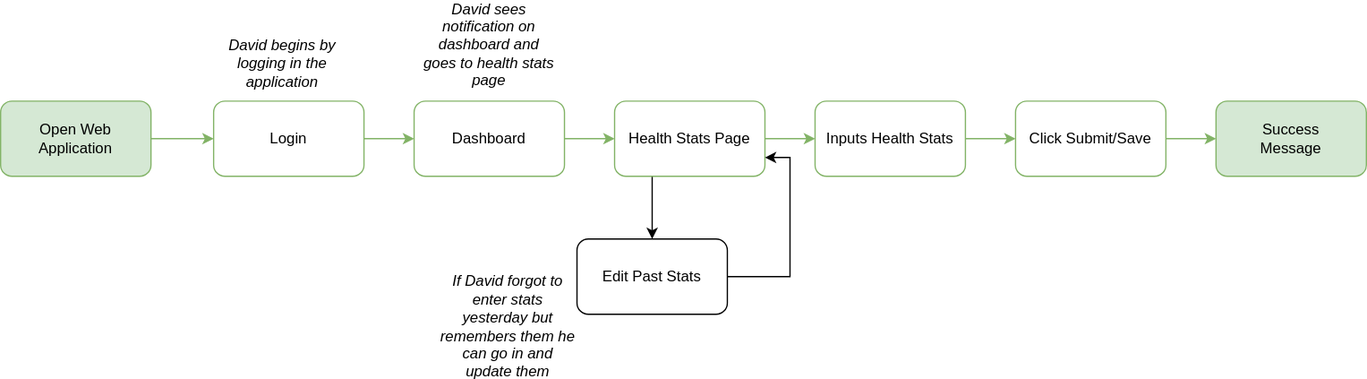
Before: src/images/olive/olive-userflow3.svg, a diagram exported from draw.io (LauraKC/portfolio-website). Source tidied: cells renumbered, new cells last; positions are measured from the earlier drawing's top-left corner, leaving out a move shared by most shapes.
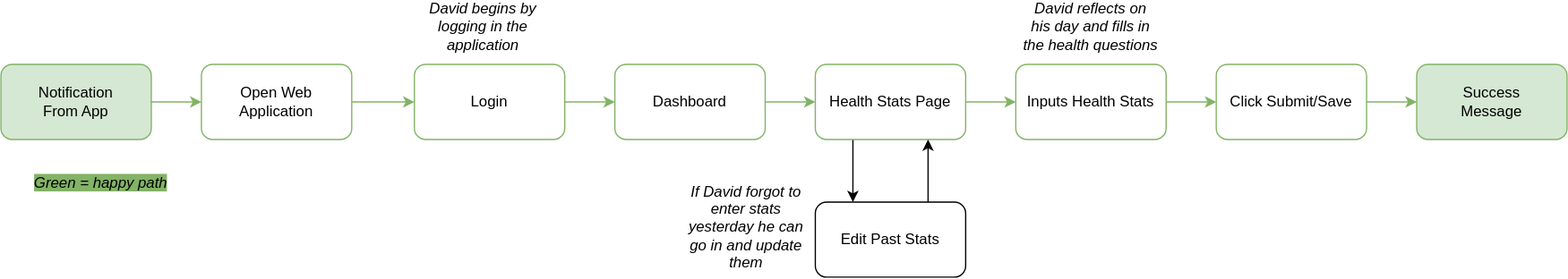
Above is the later version.

Commit message:
Updated Olive User Flow images

The edit, as a diff of the source:
```diff
@@ -3,76 +3,84 @@
     <mxCell id="0" />
     <mxCell id="1" parent="0" />
     <mxCell id="2" style="rounded=1;whiteSpace=wrap;html=1;strokeColor=#82b366;fillColor=#d5e8d4;" parent="1" vertex="1">
-      <mxGeometry x="970" y="60" width="120" height="60" as="geometry" />
+      <mxGeometry x="-565" y="115" width="120" height="60" as="geometry" />
     </mxCell>
-    <mxCell id="3" style="edgeStyle=orthogonalEdgeStyle;rounded=0;jettySize=auto;html=1;fillColor=#d5e8d4;strokeColor=#82b366;" parent="1" edge="1" source="4" target="20">
+    <mxCell id="3" style="edgeStyle=orthogonalEdgeStyle;rounded=0;jettySize=auto;html=1;strokeColor=#82b366;fillColor=#d5e8d4;" parent="1" edge="1" source="4" target="7">
       <mxGeometry relative="1" as="geometry" />
     </mxCell>
-    <mxCell id="4" value="Open Web Application" style="whiteSpace=wrap;html=1;strokeColor=#82b366;fillColor=#d5e8d4;rounded=1;" parent="1" vertex="1">
-      <mxGeometry y="60" width="120" height="60" as="geometry" />
+    <mxCell id="4" style="rounded=1;whiteSpace=wrap;html=1;strokeColor=#82b366;fillColor=#d5e8d4;" parent="1" vertex="1">
+      <mxGeometry x="-1695" y="115" width="120" height="60" as="geometry" />
     </mxCell>
-    <mxCell id="5" style="edgeStyle=orthogonalEdgeStyle;rounded=0;jettySize=auto;html=1;strokeColor=#82b366;fillColor=#d5e8d4;" parent="1" edge="1" source="6" target="9">
-      <mxGeometry relative="1" as="geometry" />
+    <mxCell id="5" value="Notification From App" style="text;html=1;strokeColor=none;fillColor=none;align=center;verticalAlign=middle;whiteSpace=wrap;rounded=0;" parent="1" vertex="1">
+      <mxGeometry x="-1655" y="135" width="40" height="20" as="geometry" />
     </mxCell>
-    <mxCell id="6" value="Dashboard" style="whiteSpace=wrap;html=1;strokeColor=#82b366;fillColor=#FFFFFF;rounded=1;" parent="1" vertex="1">
-      <mxGeometry x="330" y="60" width="120" height="60" as="geometry" />
+    <mxCell id="6" style="edgeStyle=orthogonalEdgeStyle;rounded=0;jettySize=auto;html=1;fillColor=#d5e8d4;strokeColor=#82b366;" parent="1" edge="1" source="7" target="24">
+      <mxGeometry relative="1" as="geometry" />
     </mxCell>
-    <mxCell id="7" style="edgeStyle=orthogonalEdgeStyle;rounded=0;jettySize=auto;html=1;strokeColor=#82b366;fillColor=#d5e8d4;" parent="1" edge="1" source="9" target="11">
-      <mxGeometry relative="1" as="geometry" />
+    <mxCell id="7" value="Open Web Application" style="whiteSpace=wrap;html=1;strokeColor=#82b366;fillColor=#FFFFFF;rounded=1;" parent="1" vertex="1">
+      <mxGeometry x="-1535" y="115" width="120" height="60" as="geometry" />
     </mxCell>
-    <mxCell id="8" style="edgeStyle=orthogonalEdgeStyle;rounded=0;jettySize=auto;html=1;strokeColor=#000000;exitX=0.25;exitY=1;exitDx=0;exitDy=0;" parent="1" edge="1" source="9" target="15">
+    <mxCell id="8" style="edgeStyle=orthogonalEdgeStyle;rounded=0;jettySize=auto;html=1;strokeColor=#82b366;fillColor=#d5e8d4;" parent="1" edge="1" source="9" target="12">
       <mxGeometry relative="1" as="geometry" />
     </mxCell>
-    <mxCell id="9" value="Health Stats Page" style="whiteSpace=wrap;html=1;strokeColor=#82b366;fillColor=#FFFFFF;rounded=1;" parent="1" vertex="1">
-      <mxGeometry x="490" y="60" width="120" height="60" as="geometry" />
+    <mxCell id="9" value="Dashboard" style="whiteSpace=wrap;html=1;strokeColor=#82b366;fillColor=#FFFFFF;rounded=1;" parent="1" vertex="1">
+      <mxGeometry x="-1205" y="115" width="120" height="60" as="geometry" />
     </mxCell>
-    <mxCell id="10" style="edgeStyle=orthogonalEdgeStyle;rounded=0;jettySize=auto;html=1;strokeColor=#82b366;fillColor=#d5e8d4;" parent="1" edge="1" source="11">
-      <mxGeometry relative="1" as="geometry">
-        <mxPoint x="810" y="90" as="targetPoint" />
-      </mxGeometry>
+    <mxCell id="10" style="edgeStyle=orthogonalEdgeStyle;rounded=0;jettySize=auto;html=1;strokeColor=#82b366;fillColor=#d5e8d4;" parent="1" edge="1" source="12" target="14">
+      <mxGeometry relative="1" as="geometry" />
     </mxCell>
-    <mxCell id="11" value="Inputs Health Stats" style="whiteSpace=wrap;html=1;strokeColor=#82b366;fillColor=#FFFFFF;rounded=1;" parent="1" vertex="1">
-      <mxGeometry x="650" y="60" width="120" height="60" as="geometry" />
+    <mxCell id="11" style="edgeStyle=orthogonalEdgeStyle;rounded=0;jettySize=auto;html=1;strokeColor=#000000;exitX=0.25;exitY=1;exitDx=0;exitDy=0;entryX=0.25;entryY=0;entryDx=0;entryDy=0;" parent="1" edge="1" source="12" target="18">
+      <mxGeometry relative="1" as="geometry" />
     </mxCell>
-    <mxCell id="12" value="Success Message" style="text;html=1;strokeColor=none;fillColor=none;align=center;verticalAlign=middle;whiteSpace=wrap;rounded=0;" parent="1" vertex="1">
-      <mxGeometry x="1010" y="80" width="40" height="20" as="geometry" />
+    <mxCell id="12" value="Health Stats Page" style="whiteSpace=wrap;html=1;strokeColor=#82b366;fillColor=#FFFFFF;rounded=1;" parent="1" vertex="1">
+      <mxGeometry x="-1045" y="115" width="120" height="60" as="geometry" />
     </mxCell>
-    <mxCell id="13" style="edgeStyle=orthogonalEdgeStyle;rounded=0;jettySize=auto;html=1;strokeColor=#82b366;fillColor=#d5e8d4;" parent="1" edge="1" source="14">
-      <mxGeometry relative="1" as="geometry">
-        <mxPoint x="970" y="90" as="targetPoint" />
-      </mxGeometry>
+    <mxCell id="13" style="edgeStyle=orthogonalEdgeStyle;rounded=0;jettySize=auto;html=1;strokeColor=#82b366;fillColor=#d5e8d4;entryX=0;entryY=0.5;entryDx=0;entryDy=0;entryPerimeter=0;" parent="1" edge="1" source="14" target="17">
+      <mxGeometry relative="1" as="geometry" />
     </mxCell>
-    <mxCell id="14" value="Click Submit/Save" style="whiteSpace=wrap;html=1;strokeColor=#82b366;fillColor=#FFFFFF;rounded=1;" parent="1" vertex="1">
-      <mxGeometry x="810" y="60" width="120" height="60" as="geometry" />
+    <mxCell id="14" value="Inputs Health Stats" style="whiteSpace=wrap;html=1;strokeColor=#82b366;fillColor=#FFFFFF;rounded=1;" parent="1" vertex="1">
+      <mxGeometry x="-885" y="115" width="120" height="60" as="geometry" />
     </mxCell>
-    <mxCell id="15" value="Edit Past Stats" style="whiteSpace=wrap;html=1;rounded=1;" parent="1" vertex="1">
-      <mxGeometry x="460" y="170" width="120" height="60" as="geometry" />
+    <mxCell id="15" value="Success Message" style="text;html=1;strokeColor=none;fillColor=none;align=center;verticalAlign=middle;whiteSpace=wrap;rounded=0;" parent="1" vertex="1">
+      <mxGeometry x="-525" y="135" width="40" height="20" as="geometry" />
     </mxCell>
-    <mxCell id="16" style="edgeStyle=orthogonalEdgeStyle;rounded=0;jettySize=auto;html=1;strokeColor=#000000;entryX=1;entryY=0.75;entryDx=0;entryDy=0;exitX=1;exitY=0.5;exitDx=0;exitDy=0;" parent="1" edge="1" source="15" target="9">
+    <mxCell id="16" style="edgeStyle=orthogonalEdgeStyle;rounded=0;jettySize=auto;html=1;strokeColor=#82b366;fillColor=#d5e8d4;" parent="1" edge="1" source="17">
       <mxGeometry relative="1" as="geometry">
-        <Array as="points">
-          <mxPoint x="630" y="200" />
-          <mxPoint x="630" y="105" />
-        </Array>
+        <mxPoint x="-565" y="145" as="targetPoint" />
       </mxGeometry>
     </mxCell>
-    <mxCell id="17" value="David begins by logging in the application" style="text;html=1;strokeColor=none;fillColor=none;align=center;verticalAlign=middle;whiteSpace=wrap;rounded=0;fontStyle=2;" parent="1" vertex="1">
-      <mxGeometry x="170" y="20" width="110" height="20" as="geometry" />
+    <mxCell id="17" value="Click Submit/Save" style="whiteSpace=wrap;html=1;strokeColor=#82b366;fillColor=#FFFFFF;rounded=1;" parent="1" vertex="1">
+      <mxGeometry x="-725" y="115" width="120" height="60" as="geometry" />
     </mxCell>
-    <mxCell id="18" value="If David forgot to enter stats yesterday but remembers them he can go in and update them" style="text;html=1;strokeColor=none;fillColor=none;align=center;verticalAlign=middle;whiteSpace=wrap;rounded=0;fontStyle=2;" parent="1" vertex="1">
-      <mxGeometry x="350" y="230" width="110" height="20" as="geometry" />
+    <mxCell id="18" value="Edit Past Stats" style="whiteSpace=wrap;html=1;rounded=1;" parent="1" vertex="1">
+      <mxGeometry x="-1045" y="225" width="120" height="60" as="geometry" />
     </mxCell>
-    <mxCell id="19" style="edgeStyle=orthogonalEdgeStyle;rounded=0;jettySize=auto;html=1;fillColor=#d5e8d4;strokeColor=#82b366;" parent="1" edge="1" source="20" target="6">
-      <mxGeometry relative="1" as="geometry" />
+    <mxCell id="19" style="edgeStyle=orthogonalEdgeStyle;rounded=0;jettySize=auto;html=1;strokeColor=#000000;entryX=0.75;entryY=1;entryDx=0;entryDy=0;" parent="1" edge="1" target="12">
+      <mxGeometry relative="1" as="geometry">
+        <mxPoint x="-955" y="215" as="sourcePoint" />
+        <Array as="points">
+          <mxPoint x="-955" y="225" />
+          <mxPoint x="-955" y="225" />
+        </Array>
+      </mxGeometry>
     </mxCell>
-    <mxCell id="20" value="Login" style="whiteSpace=wrap;html=1;strokeColor=#82b366;fillColor=#FFFFFF;rounded=1;" parent="1" vertex="1">
-      <mxGeometry x="170" y="60" width="120" height="60" as="geometry" />
+    <mxCell id="20" value="David begins by logging in the application" style="text;html=1;strokeColor=none;fillColor=none;align=center;verticalAlign=middle;whiteSpace=wrap;rounded=0;fontStyle=2;" parent="1" vertex="1">
+      <mxGeometry x="-1365" y="75" width="110" height="20" as="geometry" />
     </mxCell>
-    <mxCell id="21" value="David sees notification on dashboard and goes to health stats page" style="text;html=1;strokeColor=none;fillColor=none;align=center;verticalAlign=middle;whiteSpace=wrap;rounded=0;fontStyle=2;" parent="1" vertex="1">
-      <mxGeometry x="335" width="110" height="30" as="geometry" />
+    <mxCell id="21" value="David reflects on his day and fills in the health questions" style="text;html=1;strokeColor=none;fillColor=none;align=center;verticalAlign=middle;whiteSpace=wrap;rounded=0;fontStyle=2;" parent="1" vertex="1">
+      <mxGeometry x="-880" y="75" width="110" height="20" as="geometry" />
     </mxCell>
-    <mxCell id="22" style="edgeStyle=orthogonalEdgeStyle;rounded=0;orthogonalLoop=1;jettySize=auto;html=1;exitX=0.5;exitY=1;exitDx=0;exitDy=0;" parent="1" edge="1" source="21" target="21">
-      <mxGeometry relative="1" as="geometry" />
+    <mxCell id="22" value="If David forgot to enter stats yesterday he can go in and update them" style="text;html=1;strokeColor=none;fillColor=none;align=center;verticalAlign=middle;whiteSpace=wrap;rounded=0;fontStyle=2;" parent="1" vertex="1">
+      <mxGeometry x="-1155" y="235" width="110" height="20" as="geometry" />
     </mxCell>
+    <mxCell id="23" style="edgeStyle=orthogonalEdgeStyle;rounded=0;jettySize=auto;html=1;fillColor=#d5e8d4;strokeColor=#82b366;" parent="1" edge="1" source="24" target="9">
+      <mxGeometry relative="1" as="geometry" />
+    </mxCell>
+    <mxCell id="24" value="Login" style="whiteSpace=wrap;html=1;strokeColor=#82b366;fillColor=#FFFFFF;rounded=1;" parent="1" vertex="1">
+      <mxGeometry x="-1365" y="115" width="120" height="60" as="geometry" />
+    </mxCell>
+    <mxCell id="25" value="&lt;i style=&quot;background-color: rgb(130 , 179 , 102)&quot;&gt;Green = happy path&lt;/i&gt;" style="text;html=1;strokeColor=none;fillColor=none;align=center;verticalAlign=middle;whiteSpace=wrap;rounded=0;" parent="1" vertex="1">
+      <mxGeometry x="-1680" y="195" width="130" height="30" as="geometry" />
+    </mxCell>
   </root>
 </mxGraphModel>
```
